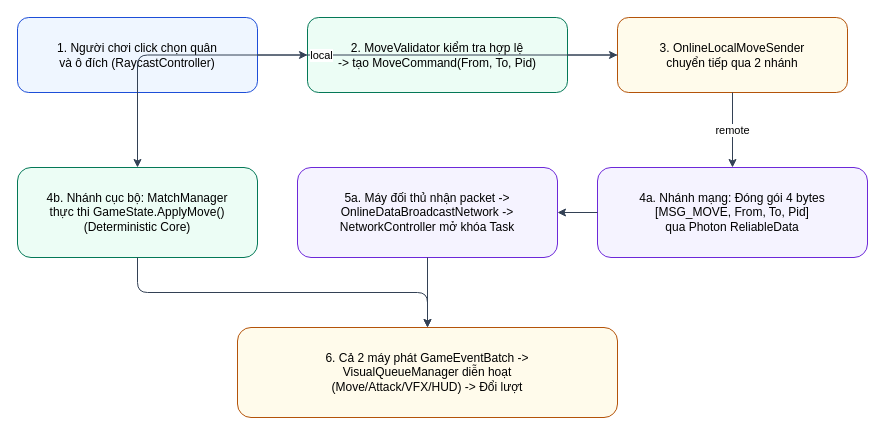
The draw.io diagram Diagrams/drawio/07_seq_pvp_online_move.drawio in ThienVan1208/DACN-261-Report, before the edit. Source tidied: cells renumbered, new cells numbered last; positions are measured from the earlier drawing's top-left corner, leaving out a move shared by most shapes. Both pictures are drawn from the tidied source at 100%, with x=0, y=0 at pixel (17, 17).
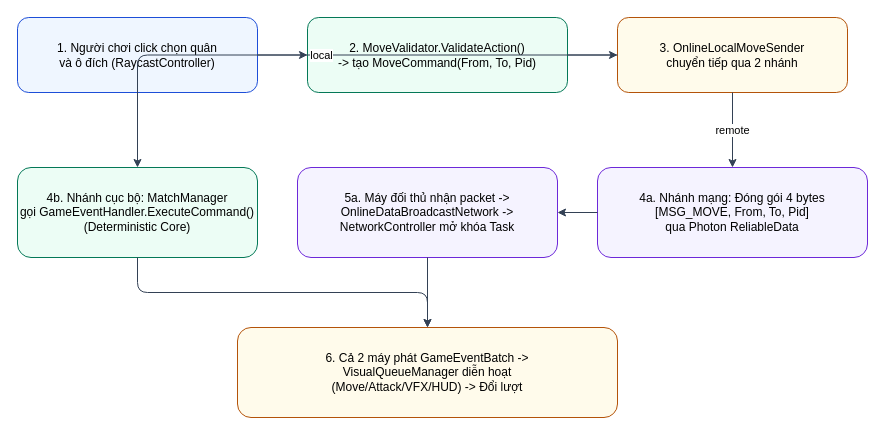
The same page after the edit.

Change to the diagram source:
```diff
@@
 <mxGraphModel>
   <root>
     <mxCell id="0" />
     <mxCell id="1" parent="0" />
     <mxCell id="2" value="1. Người chơi click chọn quân&#10;và ô đích (RaycastController)" style="rounded=1;whiteSpace=wrap;html=1;fillColor=#eff6ff;strokeColor=#1d4ed8;fontSize=12;fontFamily=Helvetica;" parent="1" vertex="1">
       <mxGeometry width="240" height="75" as="geometry" />
     </mxCell>
-    <mxCell id="3" value="2. MoveValidator kiểm tra hợp lệ&#10;-&gt; tạo MoveCommand(From, To, Pid)" style="rounded=1;whiteSpace=wrap;html=1;fillColor=#ecfdf5;strokeColor=#047857;fontSize=12;fontFamily=Helvetica;" parent="1" vertex="1">
+    <mxCell id="3" value="2. MoveValidator.ValidateAction()&#10;-&gt; tạo MoveCommand(From, To, Pid)" style="rounded=1;whiteSpace=wrap;html=1;fillColor=#ecfdf5;strokeColor=#047857;fontSize=12;fontFamily=Helvetica;" parent="1" vertex="1">
       <mxGeometry x="290" width="260" height="75" as="geometry" />
     </mxCell>
     <mxCell id="4" value="3. OnlineLocalMoveSender&#10;chuyển tiếp qua 2 nhánh" style="rounded=1;whiteSpace=wrap;html=1;fillColor=#fffbeb;strokeColor=#b45309;fontSize=12;fontFamily=Helvetica;" parent="1" vertex="1">
       <mxGeometry x="600" width="230" height="75" as="geometry" />
     </mxCell>
     <mxCell id="5" value="4a. Nhánh mạng: Đóng gói 4 bytes&#10;[MSG_MOVE, From, To, Pid]&#10;qua Photon ReliableData" style="rounded=1;whiteSpace=wrap;html=1;fillColor=#f5f3ff;strokeColor=#6d28d9;fontSize=12;fontFamily=Helvetica;" parent="1" vertex="1">
       <mxGeometry x="580" y="150" width="270" height="90" as="geometry" />
     </mxCell>
     <mxCell id="6" value="5a. Máy đối thủ nhận packet -&gt;&#10;OnlineDataBroadcastNetwork -&gt;&#10;NetworkController mở khóa Task" style="rounded=1;whiteSpace=wrap;html=1;fillColor=#f5f3ff;strokeColor=#6d28d9;fontSize=12;fontFamily=Helvetica;" parent="1" vertex="1">
       <mxGeometry x="280" y="150" width="260" height="90" as="geometry" />
     </mxCell>
-    <mxCell id="7" value="4b. Nhánh cục bộ: MatchManager&#10;thực thi GameState.ApplyMove()&#10;(Deterministic Core)" style="rounded=1;whiteSpace=wrap;html=1;fillColor=#ecfdf5;strokeColor=#047857;fontSize=12;fontFamily=Helvetica;" parent="1" vertex="1">
+    <mxCell id="7" value="4b. Nhánh cục bộ: MatchManager&#10;gọi GameEventHandler.ExecuteCommand()&#10;(Deterministic Core)" style="rounded=1;whiteSpace=wrap;html=1;fillColor=#ecfdf5;strokeColor=#047857;fontSize=12;fontFamily=Helvetica;" parent="1" vertex="1">
       <mxGeometry y="150" width="240" height="90" as="geometry" />
     </mxCell>
     <mxCell id="8" value="6. Cả 2 máy phát GameEventBatch -&gt;&#10;VisualQueueManager diễn hoạt&#10;(Move/Attack/VFX/HUD) -&gt; Đổi lượt" style="rounded=1;whiteSpace=wrap;html=1;fillColor=#fffbeb;strokeColor=#b45309;fontSize=12;fontFamily=Helvetica;" parent="1" vertex="1">
       <mxGeometry x="220" y="310" width="380" height="90" as="geometry" />
     </mxCell>
     <mxCell id="9" style="edgeStyle=orthogonalEdgeStyle;rounded=1;jettySize=auto;html=1;strokeColor=#334155;fontSize=11;" parent="1" edge="1" source="2" target="3">
       <mxGeometry relative="1" as="geometry" />
     </mxCell>
     <mxCell id="10" style="edgeStyle=orthogonalEdgeStyle;rounded=1;jettySize=auto;html=1;strokeColor=#334155;fontSize=11;" parent="1" edge="1" source="3" target="4">
       <mxGeometry relative="1" as="geometry" />
     </mxCell>
     <mxCell id="11" value="remote" style="edgeStyle=orthogonalEdgeStyle;rounded=1;jettySize=auto;html=1;strokeColor=#334155;fontSize=11;" parent="1" edge="1" source="4" target="5">
       <mxGeometry relative="1" as="geometry" />
     </mxCell>
     <mxCell id="12" style="edgeStyle=orthogonalEdgeStyle;rounded=1;jettySize=auto;html=1;strokeColor=#334155;fontSize=11;" parent="1" edge="1" source="5" target="6">
       <mxGeometry relative="1" as="geometry" />
     </mxCell>
     <mxCell id="13" style="edgeStyle=orthogonalEdgeStyle;rounded=1;jettySize=auto;html=1;strokeColor=#334155;fontSize=11;" parent="1" edge="1" source="6" target="8">
       <mxGeometry relative="1" as="geometry" />
     </mxCell>
     <mxCell id="14" value="local" style="edgeStyle=orthogonalEdgeStyle;rounded=1;jettySize=auto;html=1;strokeColor=#334155;fontSize=11;" parent="1" edge="1" source="4" target="7">
       <mxGeometry relative="1" as="geometry" />
     </mxCell>
     <mxCell id="15" style="edgeStyle=orthogonalEdgeStyle;rounded=1;jettySize=auto;html=1;strokeColor=#334155;fontSize=11;" parent="1" edge="1" source="7" target="8">
       <mxGeometry relative="1" as="geometry" />
     </mxCell>
   </root>
 </mxGraphModel>
```
